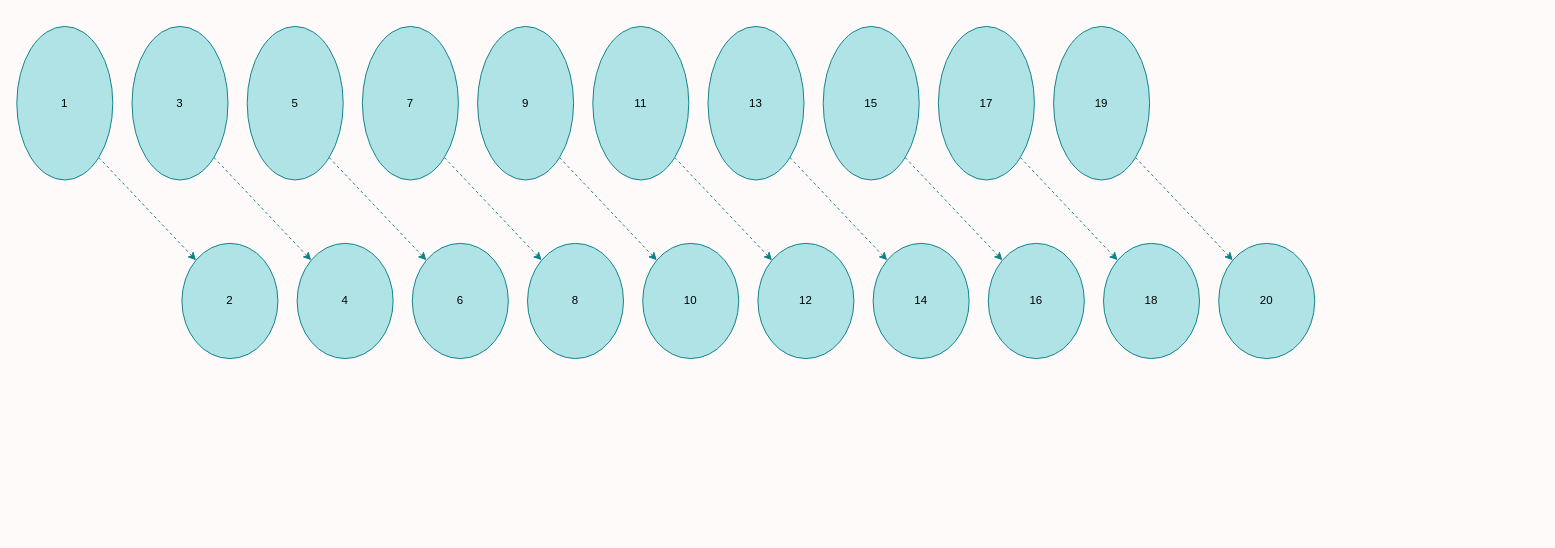
Before: spec/drawio_dsl/.samples/35-ids-and-arrows.drawio in klueless-io/drawio_dsl, a draw.io diagram. Source tidied: cells renumbered, new cells numbered last; positions are measured from the earlier drawing's top-left corner, leaving out a move shared by most shapes. Both pictures are drawn from the tidied source at 96%, with x=0, y=0 at pixel (16, 26).
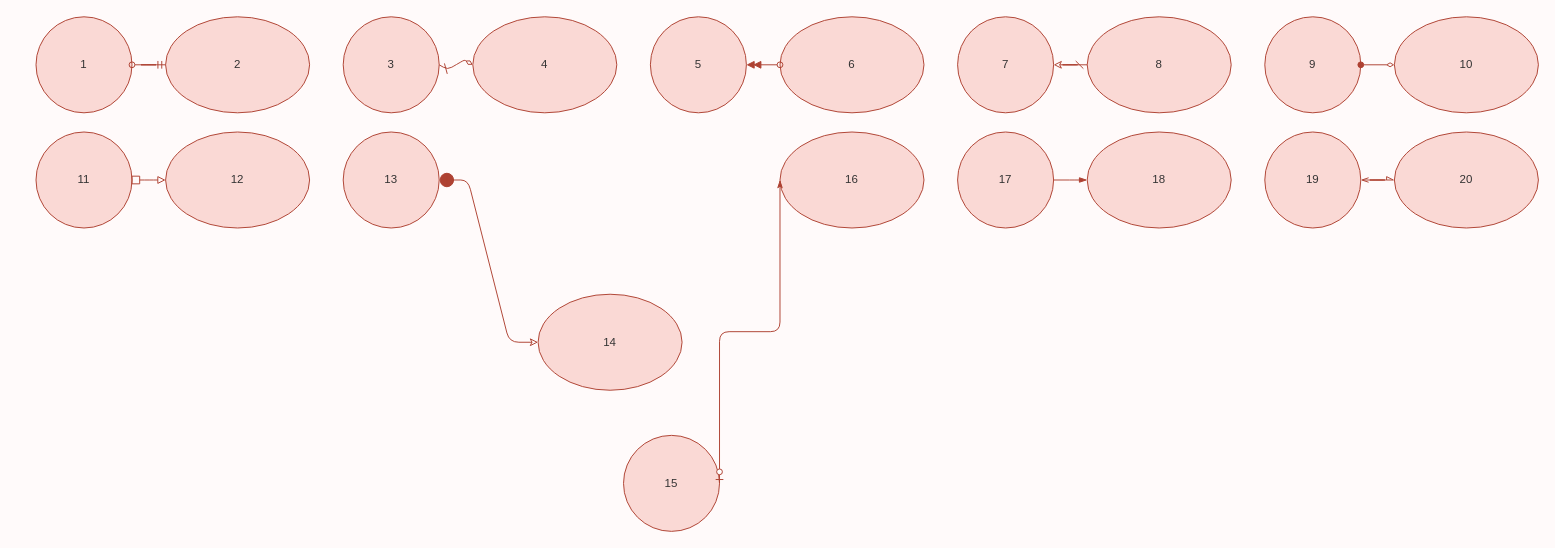
The same page after the edit.

Change to the diagram source:
```diff
@@
-    <mxCell id="0" />
-    <mxCell id="1" parent="0" />
+    <mxCell id="32" />
+    <mxCell id="33" parent="32" />
-    <mxCell id="2" value="1" style="whiteSpace=wrap;html=1;fillColor=#b0e3e6;strokeColor=#0e8088;fontColor=#000000;ellipse;" parent="1" vertex="1">
-      <mxGeometry width="100" height="160" as="geometry" />
+    <mxCell id="2" value="1" style="whiteSpace=wrap;html=1;fillColor=#fad9d5;strokeColor=#ae4132;fontColor=#333333;ellipse;" parent="33" vertex="1">
+      <mxGeometry x="20" y="-10" width="100" height="100" as="geometry" />
     </mxCell>
-    <mxCell id="3" value="2" style="whiteSpace=wrap;html=1;fillColor=#b0e3e6;strokeColor=#0e8088;fontColor=#000000;ellipse;" parent="1" vertex="1">
-      <mxGeometry x="172" y="226" width="100" height="120" as="geometry" />
+    <mxCell id="3" value="2" style="whiteSpace=wrap;html=1;fillColor=#fad9d5;strokeColor=#ae4132;fontColor=#333333;ellipse;" parent="33" vertex="1">
+      <mxGeometry x="155" y="-10" width="150" height="100" as="geometry" />
     </mxCell>
-    <mxCell id="4" value="3" style="whiteSpace=wrap;html=1;fillColor=#b0e3e6;strokeColor=#0e8088;fontColor=#000000;ellipse;" parent="1" vertex="1">
-      <mxGeometry x="120" width="100" height="160" as="geometry" />
+    <mxCell id="4" value="3" style="whiteSpace=wrap;html=1;fillColor=#fad9d5;strokeColor=#ae4132;fontColor=#333333;ellipse;" parent="33" vertex="1">
+      <mxGeometry x="340" y="-10" width="100" height="100" as="geometry" />
     </mxCell>
-    <mxCell id="5" value="4" style="whiteSpace=wrap;html=1;fillColor=#b0e3e6;strokeColor=#0e8088;fontColor=#000000;ellipse;" parent="1" vertex="1">
-      <mxGeometry x="292" y="226" width="100" height="120" as="geometry" />
+    <mxCell id="5" value="4" style="whiteSpace=wrap;html=1;fillColor=#fad9d5;strokeColor=#ae4132;fontColor=#333333;ellipse;" parent="33" vertex="1">
+      <mxGeometry x="475" y="-10" width="150" height="100" as="geometry" />
     </mxCell>
-    <mxCell id="6" value="5" style="whiteSpace=wrap;html=1;fillColor=#b0e3e6;strokeColor=#0e8088;fontColor=#000000;ellipse;" parent="1" vertex="1">
-      <mxGeometry x="240" width="100" height="160" as="geometry" />
+    <mxCell id="6" value="5" style="whiteSpace=wrap;html=1;fillColor=#fad9d5;strokeColor=#ae4132;fontColor=#333333;ellipse;" parent="33" vertex="1">
+      <mxGeometry x="660" y="-10" width="100" height="100" as="geometry" />
     </mxCell>
-    <mxCell id="7" value="6" style="whiteSpace=wrap;html=1;fillColor=#b0e3e6;strokeColor=#0e8088;fontColor=#000000;ellipse;" parent="1" vertex="1">
-      <mxGeometry x="412" y="226" width="100" height="120" as="geometry" />
+    <mxCell id="7" value="6" style="whiteSpace=wrap;html=1;fillColor=#fad9d5;strokeColor=#ae4132;fontColor=#333333;ellipse;" parent="33" vertex="1">
+      <mxGeometry x="795" y="-10" width="150" height="100" as="geometry" />
     </mxCell>
-    <mxCell id="8" value="7" style="whiteSpace=wrap;html=1;fillColor=#b0e3e6;strokeColor=#0e8088;fontColor=#000000;ellipse;" parent="1" vertex="1">
-      <mxGeometry x="360" width="100" height="160" as="geometry" />
+    <mxCell id="8" value="7" style="whiteSpace=wrap;html=1;fillColor=#fad9d5;strokeColor=#ae4132;fontColor=#333333;ellipse;" parent="33" vertex="1">
+      <mxGeometry x="980" y="-10" width="100" height="100" as="geometry" />
     </mxCell>
-    <mxCell id="9" value="8" style="whiteSpace=wrap;html=1;fillColor=#b0e3e6;strokeColor=#0e8088;fontColor=#000000;ellipse;" parent="1" vertex="1">
-      <mxGeometry x="532" y="226" width="100" height="120" as="geometry" />
+    <mxCell id="9" value="8" style="whiteSpace=wrap;html=1;fillColor=#fad9d5;strokeColor=#ae4132;fontColor=#333333;ellipse;" parent="33" vertex="1">
+      <mxGeometry x="1115" y="-10" width="150" height="100" as="geometry" />
     </mxCell>
-    <mxCell id="10" value="9" style="whiteSpace=wrap;html=1;fillColor=#b0e3e6;strokeColor=#0e8088;fontColor=#000000;ellipse;" parent="1" vertex="1">
-      <mxGeometry x="480" width="100" height="160" as="geometry" />
+    <mxCell id="10" value="9" style="whiteSpace=wrap;html=1;fillColor=#fad9d5;strokeColor=#ae4132;fontColor=#333333;ellipse;" parent="33" vertex="1">
+      <mxGeometry x="1300" y="-10" width="100" height="100" as="geometry" />
     </mxCell>
-    <mxCell id="11" value="10" style="whiteSpace=wrap;html=1;fillColor=#b0e3e6;strokeColor=#0e8088;fontColor=#000000;ellipse;" parent="1" vertex="1">
-      <mxGeometry x="652" y="226" width="100" height="120" as="geometry" />
+    <mxCell id="11" value="10" style="whiteSpace=wrap;html=1;fillColor=#fad9d5;strokeColor=#ae4132;fontColor=#333333;ellipse;" parent="33" vertex="1">
+      <mxGeometry x="1435" y="-10" width="150" height="100" as="geometry" />
     </mxCell>
-    <mxCell id="12" value="11" style="whiteSpace=wrap;html=1;fillColor=#b0e3e6;strokeColor=#0e8088;fontColor=#000000;ellipse;" parent="1" vertex="1">
-      <mxGeometry x="600" width="100" height="160" as="geometry" />
+    <mxCell id="12" value="11" style="whiteSpace=wrap;html=1;fillColor=#fad9d5;strokeColor=#ae4132;fontColor=#333333;ellipse;" parent="33" vertex="1">
+      <mxGeometry x="20" y="110" width="100" height="100" as="geometry" />
     </mxCell>
-    <mxCell id="13" value="12" style="whiteSpace=wrap;html=1;fillColor=#b0e3e6;strokeColor=#0e8088;fontColor=#000000;ellipse;" parent="1" vertex="1">
-      <mxGeometry x="772" y="226" width="100" height="120" as="geometry" />
+    <mxCell id="13" value="12" style="whiteSpace=wrap;html=1;fillColor=#fad9d5;strokeColor=#ae4132;fontColor=#333333;ellipse;" parent="33" vertex="1">
+      <mxGeometry x="155" y="110" width="150" height="100" as="geometry" />
     </mxCell>
-    <mxCell id="14" value="13" style="whiteSpace=wrap;html=1;fillColor=#b0e3e6;strokeColor=#0e8088;fontColor=#000000;ellipse;" parent="1" vertex="1">
-      <mxGeometry x="720" width="100" height="160" as="geometry" />
+    <mxCell id="14" value="13" style="whiteSpace=wrap;html=1;fillColor=#fad9d5;strokeColor=#ae4132;fontColor=#333333;ellipse;" parent="33" vertex="1">
+      <mxGeometry x="340" y="110" width="100" height="100" as="geometry" />
     </mxCell>
-    <mxCell id="15" value="14" style="whiteSpace=wrap;html=1;fillColor=#b0e3e6;strokeColor=#0e8088;fontColor=#000000;ellipse;" parent="1" vertex="1">
-      <mxGeometry x="892" y="226" width="100" height="120" as="geometry" />
+    <mxCell id="15" value="14" style="whiteSpace=wrap;html=1;fillColor=#fad9d5;strokeColor=#ae4132;fontColor=#333333;ellipse;" parent="33" vertex="1">
+      <mxGeometry x="543" y="279" width="150" height="100" as="geometry" />
     </mxCell>
-    <mxCell id="16" value="15" style="whiteSpace=wrap;html=1;fillColor=#b0e3e6;strokeColor=#0e8088;fontColor=#000000;ellipse;" parent="1" vertex="1">
-      <mxGeometry x="840" width="100" height="160" as="geometry" />
+    <mxCell id="16" value="15" style="whiteSpace=wrap;html=1;fillColor=#fad9d5;strokeColor=#ae4132;fontColor=#333333;ellipse;" parent="33" vertex="1">
+      <mxGeometry x="632" y="426" width="100" height="100" as="geometry" />
     </mxCell>
-    <mxCell id="17" value="16" style="whiteSpace=wrap;html=1;fillColor=#b0e3e6;strokeColor=#0e8088;fontColor=#000000;ellipse;" parent="1" vertex="1">
-      <mxGeometry x="1012" y="226" width="100" height="120" as="geometry" />
+    <mxCell id="17" value="16" style="whiteSpace=wrap;html=1;fillColor=#fad9d5;strokeColor=#ae4132;fontColor=#333333;ellipse;" parent="33" vertex="1">
+      <mxGeometry x="795" y="110" width="150" height="100" as="geometry" />
     </mxCell>
-    <mxCell id="18" value="17" style="whiteSpace=wrap;html=1;fillColor=#b0e3e6;strokeColor=#0e8088;fontColor=#000000;ellipse;" parent="1" vertex="1">
-      <mxGeometry x="960" width="100" height="160" as="geometry" />
+    <mxCell id="18" value="17" style="whiteSpace=wrap;html=1;fillColor=#fad9d5;strokeColor=#ae4132;fontColor=#333333;ellipse;" parent="33" vertex="1">
+      <mxGeometry x="980" y="110" width="100" height="100" as="geometry" />
     </mxCell>
-    <mxCell id="19" value="18" style="whiteSpace=wrap;html=1;fillColor=#b0e3e6;strokeColor=#0e8088;fontColor=#000000;ellipse;" parent="1" vertex="1">
-      <mxGeometry x="1132" y="226" width="100" height="120" as="geometry" />
+    <mxCell id="19" value="18" style="whiteSpace=wrap;html=1;fillColor=#fad9d5;strokeColor=#ae4132;fontColor=#333333;ellipse;" parent="33" vertex="1">
+      <mxGeometry x="1115" y="110" width="150" height="100" as="geometry" />
     </mxCell>
-    <mxCell id="20" value="19" style="whiteSpace=wrap;html=1;fillColor=#b0e3e6;strokeColor=#0e8088;fontColor=#000000;ellipse;" parent="1" vertex="1">
-      <mxGeometry x="1080" width="100" height="160" as="geometry" />
+    <mxCell id="20" value="19" style="whiteSpace=wrap;html=1;fillColor=#fad9d5;strokeColor=#ae4132;fontColor=#333333;ellipse;" parent="33" vertex="1">
+      <mxGeometry x="1300" y="110" width="100" height="100" as="geometry" />
     </mxCell>
-    <mxCell id="21" value="20" style="whiteSpace=wrap;html=1;fillColor=#b0e3e6;strokeColor=#0e8088;fontColor=#000000;ellipse;" parent="1" vertex="1">
-      <mxGeometry x="1252" y="226" width="100" height="120" as="geometry" />
+    <mxCell id="21" value="20" style="whiteSpace=wrap;html=1;fillColor=#fad9d5;strokeColor=#ae4132;fontColor=#333333;ellipse;" parent="33" vertex="1">
+      <mxGeometry x="1435" y="110" width="150" height="100" as="geometry" />
     </mxCell>
-    <mxCell id="22" style="whiteSpace=wrap;html=1;fillColor=#b0e3e6;strokeColor=#0e8088;dashed=1;fixDash=1;exitX=1;exitY=1;exitDx=0;exitDy=0;entryX=0;entryY=0;entryDx=0;entryDy=0;edgeStyle=none;" parent="1" edge="1" source="2" target="3">
+    <mxCell id="22" style="whiteSpace=wrap;html=1;fillColor=#fad9d5;strokeColor=#ae4132;edgeStyle=entityRelationEdgeStyle;exitX=1;exitY=0.5;exitDx=0;exitDy=0;entryX=0;entryY=0.5;entryDx=0;entryDy=0;startArrow=oval;startFill=0;endArrow=ERmandOne;endFill=1;" parent="33" edge="1" source="2" target="3">
       <mxGeometry relative="1" as="geometry" />
     </mxCell>
-    <mxCell id="23" style="whiteSpace=wrap;html=1;fillColor=#b0e3e6;strokeColor=#0e8088;dashed=1;fixDash=1;exitX=1;exitY=1;exitDx=0;exitDy=0;entryX=0;entryY=0;entryDx=0;entryDy=0;edgeStyle=none;" parent="1" edge="1" source="4" target="5">
+    <mxCell id="23" style="whiteSpace=wrap;html=1;fillColor=#fad9d5;strokeColor=#ae4132;edgeStyle=isometricEdgeStyle;elbow=vertical;exitX=1;exitY=0.5;exitDx=0;exitDy=0;entryX=0;entryY=0.5;entryDx=0;entryDy=0;startArrow=dash;startFill=1;endArrow=diamondThin;endFill=0;" parent="33" edge="1" source="4" target="5">
       <mxGeometry relative="1" as="geometry" />
     </mxCell>
-    <mxCell id="24" style="whiteSpace=wrap;html=1;fillColor=#b0e3e6;strokeColor=#0e8088;dashed=1;fixDash=1;exitX=1;exitY=1;exitDx=0;exitDy=0;entryX=0;entryY=0;entryDx=0;entryDy=0;edgeStyle=none;" parent="1" edge="1" source="6" target="7">
+    <mxCell id="24" style="whiteSpace=wrap;html=1;fillColor=#fad9d5;strokeColor=#ae4132;edgeStyle=none;exitX=1;exitY=0.5;exitDx=0;exitDy=0;entryX=0;entryY=0.5;entryDx=0;entryDy=0;startArrow=doubleBlock;startFill=1;endArrow=oval;endFill=0;" parent="33" edge="1" source="6" target="7">
       <mxGeometry relative="1" as="geometry" />
     </mxCell>
-    <mxCell id="25" style="whiteSpace=wrap;html=1;fillColor=#b0e3e6;strokeColor=#0e8088;dashed=1;fixDash=1;exitX=1;exitY=1;exitDx=0;exitDy=0;entryX=0;entryY=0;entryDx=0;entryDy=0;edgeStyle=none;" parent="1" edge="1" source="8" target="9">
+    <mxCell id="25" style="whiteSpace=wrap;html=1;fillColor=#fad9d5;strokeColor=#ae4132;edgeStyle=entityRelationEdgeStyle;exitX=1;exitY=0.5;exitDx=0;exitDy=0;entryX=0;entryY=0.5;entryDx=0;entryDy=0;startArrow=classic;startFill=0;endArrow=dash;endFill=1;" parent="33" edge="1" source="8" target="9">
       <mxGeometry relative="1" as="geometry" />
     </mxCell>
-    <mxCell id="26" style="whiteSpace=wrap;html=1;fillColor=#b0e3e6;strokeColor=#0e8088;dashed=1;fixDash=1;exitX=1;exitY=1;exitDx=0;exitDy=0;entryX=0;entryY=0;entryDx=0;entryDy=0;edgeStyle=none;" parent="1" edge="1" source="10" target="11">
+    <mxCell id="26" style="whiteSpace=wrap;html=1;fillColor=#fad9d5;strokeColor=#ae4132;edgeStyle=orthogonalEdgeStyle;exitX=1;exitY=0.5;exitDx=0;exitDy=0;entryX=0;entryY=0.5;entryDx=0;entryDy=0;startArrow=oval;startFill=1;endArrow=diamondThin;endFill=0;" parent="33" edge="1" source="10" target="11">
       <mxGeometry relative="1" as="geometry" />
     </mxCell>
-    <mxCell id="27" style="whiteSpace=wrap;html=1;fillColor=#b0e3e6;strokeColor=#0e8088;dashed=1;fixDash=1;exitX=1;exitY=1;exitDx=0;exitDy=0;entryX=0;entryY=0;entryDx=0;entryDy=0;edgeStyle=none;" parent="1" edge="1" source="12" target="13">
+    <mxCell id="27" style="whiteSpace=wrap;html=1;fillColor=#fad9d5;strokeColor=#ae4132;edgeStyle=elbowEdgeStyle;exitX=1;exitY=0.5;exitDx=0;exitDy=0;entryX=0;entryY=0.5;entryDx=0;entryDy=0;startArrow=box;startFill=0;endArrow=block;endFill=0;" parent="33" edge="1" source="12" target="13">
       <mxGeometry relative="1" as="geometry" />
     </mxCell>
-    <mxCell id="28" style="whiteSpace=wrap;html=1;fillColor=#b0e3e6;strokeColor=#0e8088;dashed=1;fixDash=1;exitX=1;exitY=1;exitDx=0;exitDy=0;entryX=0;entryY=0;entryDx=0;entryDy=0;edgeStyle=none;" parent="1" edge="1" source="14" target="15">
+    <mxCell id="28" style="whiteSpace=wrap;html=1;fillColor=#fad9d5;strokeColor=#ae4132;edgeStyle=entityRelationEdgeStyle;exitX=1;exitY=0.5;exitDx=0;exitDy=0;entryX=0;entryY=0.5;entryDx=0;entryDy=0;startArrow=circlePlus;startFill=1;endArrow=classic;endFill=0;" parent="33" edge="1" source="14" target="15">
       <mxGeometry relative="1" as="geometry" />
     </mxCell>
-    <mxCell id="29" style="whiteSpace=wrap;html=1;fillColor=#b0e3e6;strokeColor=#0e8088;dashed=1;fixDash=1;exitX=1;exitY=1;exitDx=0;exitDy=0;entryX=0;entryY=0;entryDx=0;entryDy=0;edgeStyle=none;" parent="1" edge="1" source="16" target="17">
+    <mxCell id="29" style="whiteSpace=wrap;html=1;fillColor=#fad9d5;strokeColor=#ae4132;edgeStyle=elbowEdgeStyle;elbow=vertical;exitX=1;exitY=0.5;exitDx=0;exitDy=0;entryX=0;entryY=0.5;entryDx=0;entryDy=0;startArrow=ERzeroToOne;startFill=1;endArrow=classicThin;endFill=1;" parent="33" edge="1" source="16" target="17">
       <mxGeometry relative="1" as="geometry" />
     </mxCell>
-    <mxCell id="30" style="whiteSpace=wrap;html=1;fillColor=#b0e3e6;strokeColor=#0e8088;dashed=1;fixDash=1;exitX=1;exitY=1;exitDx=0;exitDy=0;entryX=0;entryY=0;entryDx=0;entryDy=0;edgeStyle=none;" parent="1" edge="1" source="18" target="19">
+    <mxCell id="30" style="whiteSpace=wrap;html=1;fillColor=#fad9d5;strokeColor=#ae4132;edgeStyle=elbowEdgeStyle;elbow=vertical;exitX=1;exitY=0.5;exitDx=0;exitDy=0;entryX=0;entryY=0.5;entryDx=0;entryDy=0;startArrow=none;startFill=0;endArrow=blockThin;endFill=1;" parent="33" edge="1" source="18" target="19">
       <mxGeometry relative="1" as="geometry" />
     </mxCell>
-    <mxCell id="31" style="whiteSpace=wrap;html=1;fillColor=#b0e3e6;strokeColor=#0e8088;dashed=1;fixDash=1;exitX=1;exitY=1;exitDx=0;exitDy=0;entryX=0;entryY=0;entryDx=0;entryDy=0;edgeStyle=none;" parent="1" edge="1" source="20" target="21">
+    <mxCell id="31" style="whiteSpace=wrap;html=1;fillColor=#fad9d5;strokeColor=#ae4132;edgeStyle=entityRelationEdgeStyle;exitX=1;exitY=0.5;exitDx=0;exitDy=0;entryX=0;entryY=0.5;entryDx=0;entryDy=0;startArrow=openThin;startFill=1;endArrow=async;endFill=0;" parent="33" edge="1" source="20" target="21">
       <mxGeometry relative="1" as="geometry" />
     </mxCell>
```
